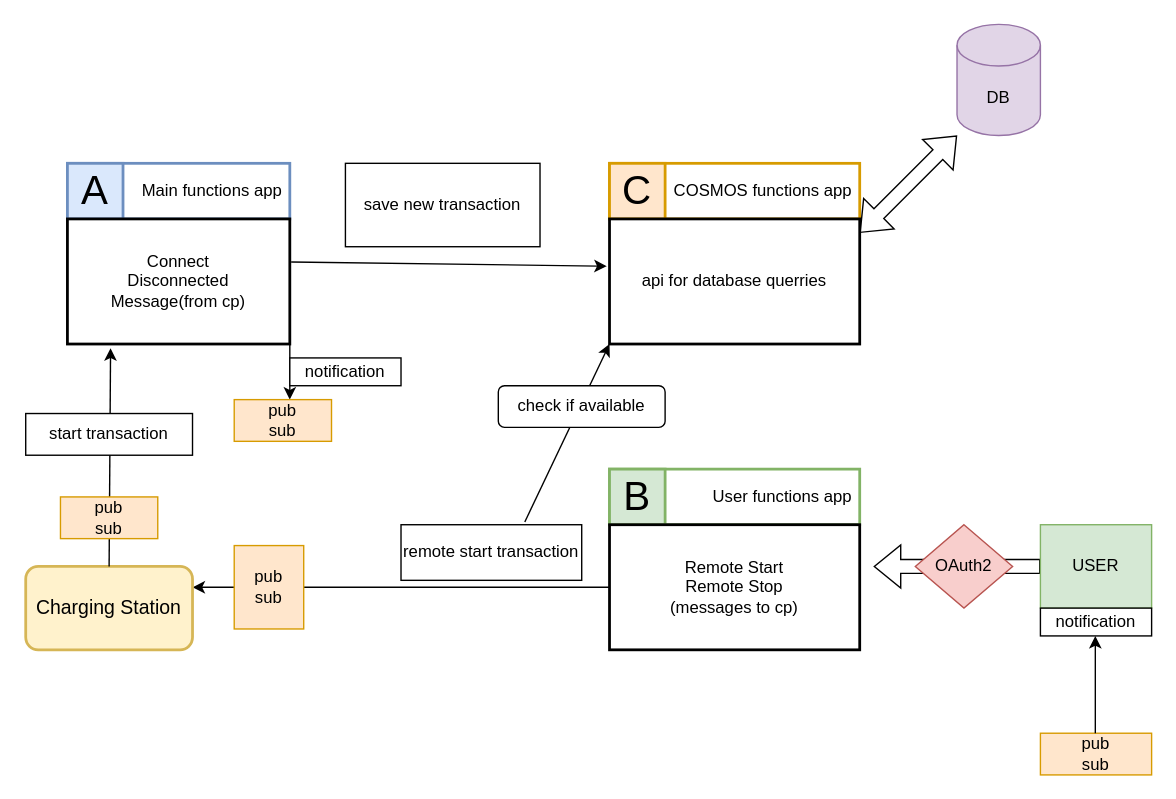
Earlier version of the draw.io diagram 3apps.drawio (stefanszeke/diargrams_io). Source tidied: cells renumbered, new cells numbered last; positions are measured from the earlier drawing's top-left corner, leaving out a move shared by most shapes. Both pictures are drawn from the tidied source at 139%, with x=0, y=0 at pixel (25, 24).
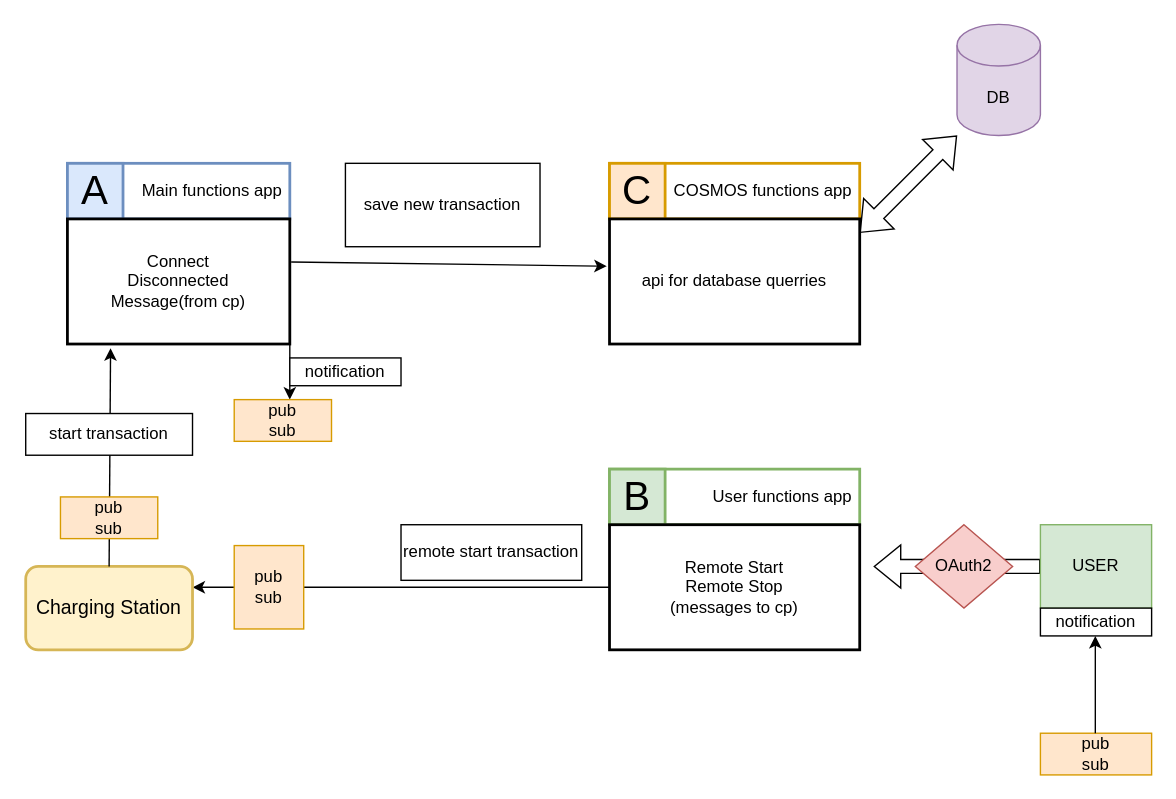
The same page after the edit.

The change refers to these unchanged cells:
```xml
<mxCell id="11" value="api for database querries" style="rounded=0;whiteSpace=wrap;html=1;strokeWidth=2;" parent="1" vertex="1">
  <mxGeometry x="420" y="140" width="180" height="90" as="geometry" />
</mxCell>
<mxCell id="13" value="remote start transaction" style="rounded=0;whiteSpace=wrap;html=1;" parent="1" vertex="1">
  <mxGeometry x="270" y="360" width="130" height="40" as="geometry" />
</mxCell>
```

Diff of the diagram source:
```diff
@@
-    <mxCell id="14" style="endArrow=classic;html=1;rounded=0;entryX=0;entryY=1;entryDx=0;entryDy=0;exitX=0.685;exitY=-0.05;exitDx=0;exitDy=0;exitPerimeter=0;" parent="1" edge="1" source="13" target="11">
-      <mxGeometry relative="1" as="geometry" />
-    </mxCell>
-    <mxCell id="15" value="check if available" style="rounded=1;whiteSpace=wrap;html=1;" parent="1" vertex="1">
-      <mxGeometry x="340" y="260" width="120" height="30" as="geometry" />
-    </mxCell>
```
